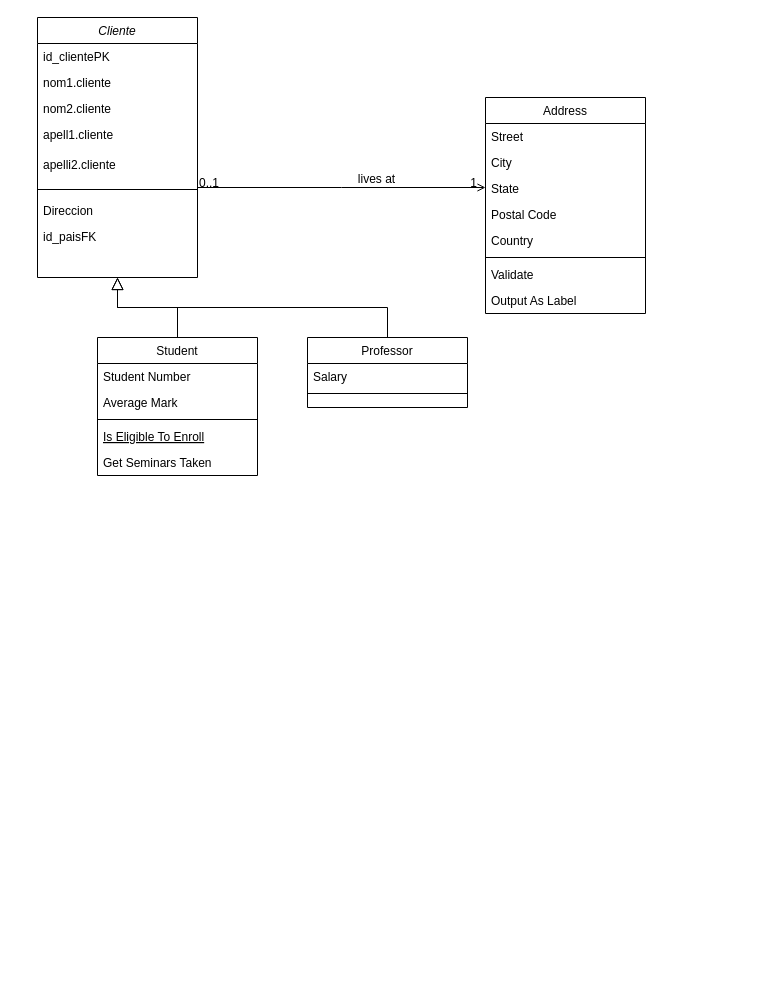
Before: Base De Datos.drawio in JuanPPortafolio/BaseDeDatos, a draw.io diagram. Source tidied: cells renumbered, new cells numbered last; positions are measured from the earlier drawing's top-left corner, leaving out a move shared by most shapes. Both pictures are drawn from the tidied source at 100%, with x=0, y=0 at pixel (37, 17).
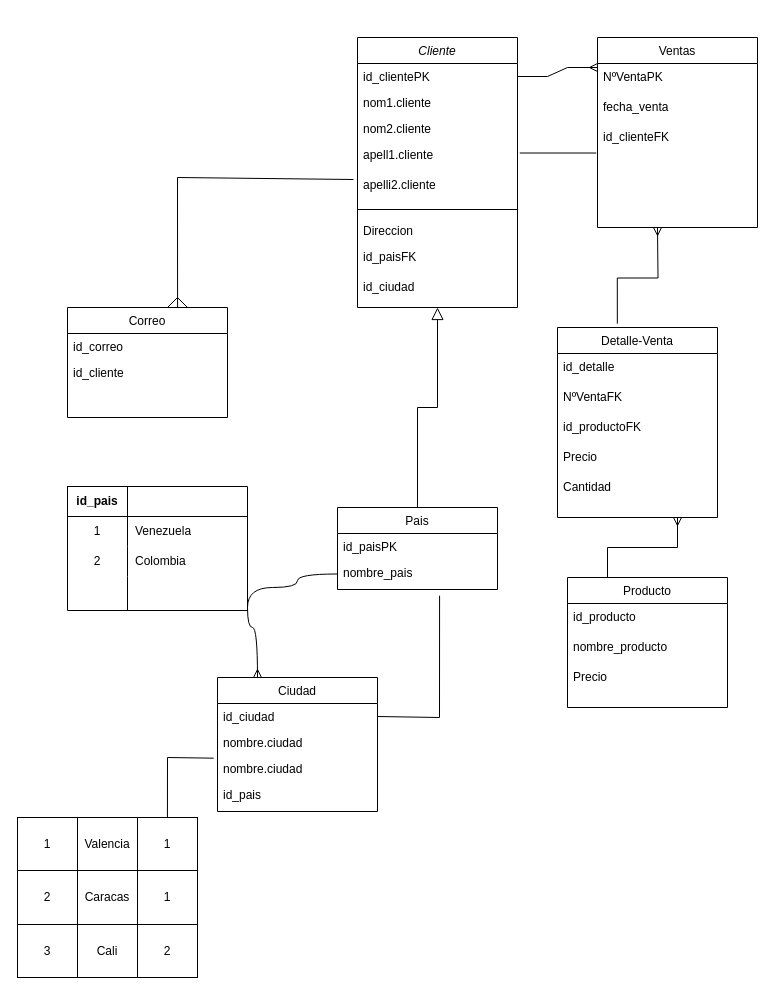
The same diagram, later.

The change refers to these unchanged cells:
```xml
<mxCell id="3" value="id_clientePK" style="text;align=left;verticalAlign=top;spacingLeft=4;spacingRight=4;overflow=hidden;points=[[0,0.5],[1,0.5]];portConstraint=eastwest;" parent="2" vertex="1">
  <mxGeometry y="26" width="160" height="26" as="geometry" />
</mxCell>
<mxCell id="6" value="apell1.cliente" style="text;html=1;align=left;verticalAlign=top;points=[];strokeColor=none;fillColor=none;spacingLeft=4;spacingRight=4;" parent="2" vertex="1">
  <mxGeometry y="104" width="160" height="30" as="geometry" />
</mxCell>
<mxCell id="7" value="apelli2.cliente" style="text;html=1;align=left;verticalAlign=top;points=[];strokeColor=none;fillColor=none;spacingLeft=4;spacingRight=4;" parent="2" vertex="1">
  <mxGeometry y="134" width="160" height="30" as="geometry" />
</mxCell>
```

What changed in the source:
```diff
@@
     <mxCell id="2" value="Cliente" style="swimlane;fontStyle=2;align=center;verticalAlign=top;horizontal=1;startSize=26;rounded=0;shadow=0;strokeWidth=1;" parent="1" vertex="1">
-      <mxGeometry width="160" height="260" as="geometry" />
+      <mxGeometry x="320" y="20" width="160" height="270" as="geometry" />
     </mxCell>
@@
+    <mxCell id="35" value="id_ciudad" style="text;html=1;align=left;verticalAlign=top;strokeColor=none;fillColor=none;spacingLeft=4;spacingRight=4;" parent="2" vertex="1">
+      <mxGeometry y="236" width="160" height="30" as="geometry" />
+    </mxCell>
-    <mxCell id="11" value="Student" style="swimlane;fontStyle=0;align=center;verticalAlign=top;horizontal=1;startSize=26;rounded=0;shadow=0;strokeWidth=1;" parent="1" vertex="1">
-      <mxGeometry x="60" y="320" width="160" height="138" as="geometry" />
+    <mxCell id="11" value="Correo" style="swimlane;fontStyle=0;align=center;verticalAlign=top;horizontal=1;startSize=26;rounded=0;shadow=0;strokeWidth=1;" parent="1" vertex="1">
+      <mxGeometry x="30" y="290" width="160" height="110" as="geometry" />
     </mxCell>
-    <mxCell id="12" value="Student Number" style="text;align=left;verticalAlign=top;spacingLeft=4;spacingRight=4;overflow=hidden;" parent="11" vertex="1">
+    <mxCell id="12" value="id_correo" style="text;align=left;verticalAlign=top;spacingLeft=4;spacingRight=4;overflow=hidden;" parent="11" vertex="1">
       <mxGeometry y="26" width="160" height="26" as="geometry" />
     </mxCell>
-    <mxCell id="13" value="Average Mark" style="text;align=left;verticalAlign=top;spacingLeft=4;spacingRight=4;overflow=hidden;rounded=0;shadow=0;html=0;" parent="11" vertex="1">
+    <mxCell id="13" value="id_cliente" style="text;align=left;verticalAlign=top;spacingLeft=4;spacingRight=4;overflow=hidden;rounded=0;shadow=0;html=0;" parent="11" vertex="1">
       <mxGeometry y="52" width="160" height="26" as="geometry" />
     </mxCell>
-    <mxCell id="14" style="line;html=1;strokeWidth=1;align=left;verticalAlign=middle;spacingTop=-1;spacingLeft=3;spacingRight=3;labelPosition=right;" parent="11" vertex="1">
-      <mxGeometry y="78" width="160" height="8" as="geometry" />
-    </mxCell>
-    <mxCell id="15" value="Is Eligible To Enroll" style="text;align=left;verticalAlign=top;spacingLeft=4;spacingRight=4;overflow=hidden;fontStyle=4;" parent="11" vertex="1">
-      <mxGeometry y="86" width="160" height="26" as="geometry" />
-    </mxCell>
-    <mxCell id="16" value="Get Seminars Taken" style="text;align=left;verticalAlign=top;spacingLeft=4;spacingRight=4;overflow=hidden;" parent="11" vertex="1">
-      <mxGeometry y="112" width="160" height="26" as="geometry" />
-    </mxCell>
-    <mxCell id="17" style="endArrow=block;endSize=10;endFill=0;shadow=0;strokeWidth=1;rounded=0;edgeStyle=elbowEdgeStyle;elbow=vertical;" parent="1" edge="1" source="11" target="2">
-      <mxGeometry relative="1" as="geometry" />
-    </mxCell>
-    <mxCell id="18" value="Professor" style="swimlane;fontStyle=0;align=center;verticalAlign=top;horizontal=1;startSize=26;rounded=0;shadow=0;strokeWidth=1;" parent="1" vertex="1">
-      <mxGeometry x="270" y="320" width="160" height="70" as="geometry" />
+    <mxCell id="18" value="Pais" style="swimlane;fontStyle=0;align=center;verticalAlign=top;horizontal=1;startSize=26;rounded=0;shadow=0;strokeWidth=1;" parent="1" vertex="1">
+      <mxGeometry x="300" y="490" width="160" height="82" as="geometry" />
     </mxCell>
-    <mxCell id="19" value="Salary" style="text;align=left;verticalAlign=top;spacingLeft=4;spacingRight=4;overflow=hidden;" parent="18" vertex="1">
+    <mxCell id="19" value="id_paisPK" style="text;align=left;verticalAlign=top;spacingLeft=4;spacingRight=4;overflow=hidden;" parent="18" vertex="1">
       <mxGeometry y="26" width="160" height="26" as="geometry" />
     </mxCell>
-    <mxCell id="20" style="line;html=1;strokeWidth=1;align=left;verticalAlign=middle;spacingTop=-1;spacingLeft=3;spacingRight=3;labelPosition=right;" parent="18" vertex="1">
-      <mxGeometry y="52" width="160" height="8" as="geometry" />
-    </mxCell>
+    <mxCell id="36" value="nombre_pais" style="text;html=1;align=left;verticalAlign=top;points=[];strokeColor=none;fillColor=none;spacingLeft=4;spacingRight=4;" parent="18" vertex="1">
+      <mxGeometry y="52" width="160" height="30" as="geometry" />
+    </mxCell>
@@
-    <mxCell id="22" value="Address" style="swimlane;fontStyle=0;align=center;verticalAlign=top;horizontal=1;startSize=26;rounded=0;shadow=0;strokeWidth=1;" parent="1" vertex="1">
-      <mxGeometry x="448" y="80" width="160" height="216" as="geometry" />
+    <mxCell id="22" value="Ventas" style="swimlane;fontStyle=0;align=center;verticalAlign=top;horizontal=1;startSize=26;rounded=0;shadow=0;strokeWidth=1;" parent="1" vertex="1">
+      <mxGeometry x="560" y="20" width="160" height="190" as="geometry" />
     </mxCell>
-    <mxCell id="23" value="Street" style="text;align=left;verticalAlign=top;spacingLeft=4;spacingRight=4;overflow=hidden;" parent="22" vertex="1">
-      <mxGeometry y="26" width="160" height="26" as="geometry" />
-    </mxCell>
-    <mxCell id="24" value="City" style="text;align=left;verticalAlign=top;spacingLeft=4;spacingRight=4;overflow=hidden;rounded=0;shadow=0;html=0;" parent="22" vertex="1">
-      <mxGeometry y="52" width="160" height="26" as="geometry" />
-    </mxCell>
-    <mxCell id="25" value="State" style="text;align=left;verticalAlign=top;spacingLeft=4;spacingRight=4;overflow=hidden;rounded=0;shadow=0;html=0;" parent="22" vertex="1">
-      <mxGeometry y="78" width="160" height="26" as="geometry" />
-    </mxCell>
-    <mxCell id="26" value="Postal Code" style="text;align=left;verticalAlign=top;spacingLeft=4;spacingRight=4;overflow=hidden;rounded=0;shadow=0;html=0;" parent="22" vertex="1">
-      <mxGeometry y="104" width="160" height="26" as="geometry" />
-    </mxCell>
-    <mxCell id="27" value="Country" style="text;align=left;verticalAlign=top;spacingLeft=4;spacingRight=4;overflow=hidden;rounded=0;shadow=0;html=0;" parent="22" vertex="1">
-      <mxGeometry y="130" width="160" height="26" as="geometry" />
-    </mxCell>
-    <mxCell id="28" style="line;html=1;strokeWidth=1;align=left;verticalAlign=middle;spacingTop=-1;spacingLeft=3;spacingRight=3;labelPosition=right;" parent="22" vertex="1">
-      <mxGeometry y="156" width="160" height="8" as="geometry" />
-    </mxCell>
-    <mxCell id="29" value="Validate" style="text;align=left;verticalAlign=top;spacingLeft=4;spacingRight=4;overflow=hidden;" parent="22" vertex="1">
-      <mxGeometry y="164" width="160" height="26" as="geometry" />
-    </mxCell>
-    <mxCell id="30" value="Output As Label" style="text;align=left;verticalAlign=top;spacingLeft=4;spacingRight=4;overflow=hidden;" parent="22" vertex="1">
-      <mxGeometry y="190" width="160" height="26" as="geometry" />
-    </mxCell>
-    <mxCell id="31" style="endArrow=open;shadow=0;strokeWidth=1;rounded=0;endFill=1;edgeStyle=elbowEdgeStyle;elbow=vertical;" parent="1" edge="1" source="2" target="22">
-      <mxGeometry x="0.5" y="41" relative="1" as="geometry">
-        <mxPoint x="-40" y="32" as="offset" />
-      </mxGeometry>
-    </mxCell>
-    <mxCell id="32" value="0..1" style="align=left;verticalAlign=bottom;labelBackgroundColor=none;fontSize=12;" parent="31" vertex="1">
-      <mxGeometry x="-1" relative="1" as="geometry">
-        <mxPoint y="4" as="offset" />
-      </mxGeometry>
-    </mxCell>
-    <mxCell id="33" value="1" style="align=right;verticalAlign=bottom;labelBackgroundColor=none;fontSize=12;" parent="31" vertex="1">
-      <mxGeometry x="1" relative="1" as="geometry">
-        <mxPoint x="-7" y="4" as="offset" />
-      </mxGeometry>
-    </mxCell>
-    <mxCell id="34" value="lives at" style="text;html=1;align=center;verticalAlign=middle;labelBackgroundColor=none;rounded=0;shadow=0;strokeWidth=1;fontSize=12;" parent="31" vertex="1">
-      <mxGeometry x="0.5" y="49" relative="1" as="geometry">
-        <mxPoint x="-38" y="40" as="offset" />
-      </mxGeometry>
-    </mxCell>
+    <mxCell id="37" value="NºVentaPK" style="text;html=1;align=left;verticalAlign=top;strokeColor=none;fillColor=none;spacingLeft=4;spacingRight=4;" parent="22" vertex="1">
+      <mxGeometry y="26" width="160" height="30" as="geometry" />
+    </mxCell>
+    <mxCell id="38" value="fecha_venta" style="text;html=1;align=left;verticalAlign=top;strokeColor=none;fillColor=none;spacingLeft=4;spacingRight=4;" parent="22" vertex="1">
+      <mxGeometry y="56" width="160" height="30" as="geometry" />
+    </mxCell>
+    <mxCell id="39" value="id_clienteFK" style="text;html=1;align=left;verticalAlign=top;points=[];strokeColor=none;fillColor=none;spacingLeft=4;spacingRight=4;" parent="22" vertex="1">
+      <mxGeometry y="86" width="160" height="30" as="geometry" />
+    </mxCell>
+    <mxCell id="40" style="endArrow=none;html=1;rounded=0;exitX=0.688;exitY=0;exitDx=0;exitDy=0;exitPerimeter=0;" parent="1" edge="1" source="11">
+      <mxGeometry relative="1" as="geometry">
+        <mxPoint x="140" y="160" as="targetPoint" />
+      </mxGeometry>
+    </mxCell>
+    <mxCell id="41" style="endArrow=none;html=1;rounded=0;entryX=-0.025;entryY=0.267;entryDx=0;entryDy=0;entryPerimeter=0;" parent="1" edge="1" target="7">
+      <mxGeometry relative="1" as="geometry">
+        <mxPoint x="140" y="160" as="sourcePoint" />
+      </mxGeometry>
+    </mxCell>
+    <mxCell id="42" style="endArrow=none;html=1;rounded=0;" parent="1" edge="1">
+      <mxGeometry relative="1" as="geometry">
+        <mxPoint x="130" y="290" as="sourcePoint" />
+        <mxPoint x="140" y="280" as="targetPoint" />
+      </mxGeometry>
+    </mxCell>
+    <mxCell id="43" style="endArrow=none;html=1;rounded=0;exitX=0.75;exitY=0;exitDx=0;exitDy=0;" parent="1" edge="1" source="11">
+      <mxGeometry relative="1" as="geometry">
+        <mxPoint x="140" y="280" as="targetPoint" />
+      </mxGeometry>
+    </mxCell>
+    <mxCell id="44" style="shape=table;startSize=0;childLayout=tableLayout;rowLines=0;fontStyle=1;align=center;html=1;" parent="1" vertex="1">
+      <mxGeometry x="30" y="469" width="180" height="124" as="geometry" />
+    </mxCell>
+    <mxCell id="45" style="shape=tableRow;horizontal=0;startSize=0;swimlaneHead=0;swimlaneBody=0;fillColor=none;top=0;left=0;right=0;bottom=1;" parent="44" vertex="1">
+      <mxGeometry width="180" height="30" as="geometry" />
+    </mxCell>
+    <mxCell id="46" value="id_pais" style="shape=partialRectangle;fillColor=none;top=0;left=0;bottom=0;right=0;fontStyle=1;overflow=hidden;whiteSpace=wrap;html=1;" parent="45" vertex="1">
+      <mxGeometry width="60" height="30" as="geometry" />
+    </mxCell>
+    <mxCell id="47" style="shape=partialRectangle;fillColor=none;top=0;left=0;bottom=0;right=0;align=left;spacingLeft=6;fontStyle=5;overflow=hidden;whiteSpace=wrap;html=1;" parent="45" vertex="1">
+      <mxGeometry x="60" width="120" height="30" as="geometry" />
+    </mxCell>
+    <mxCell id="48" style="shape=tableRow;horizontal=0;startSize=0;swimlaneHead=0;swimlaneBody=0;fillColor=none;top=0;left=0;right=0;bottom=0;" parent="44" vertex="1">
+      <mxGeometry y="30" width="180" height="30" as="geometry" />
+    </mxCell>
+    <mxCell id="49" value="1" style="shape=partialRectangle;fillColor=none;top=0;left=0;bottom=0;right=0;overflow=hidden;whiteSpace=wrap;html=1;" parent="48" vertex="1">
+      <mxGeometry width="60" height="30" as="geometry" />
+    </mxCell>
+    <mxCell id="50" value="Venezuela" style="shape=partialRectangle;fillColor=none;top=0;left=0;bottom=0;right=0;align=left;spacingLeft=6;overflow=hidden;whiteSpace=wrap;html=1;" parent="48" vertex="1">
+      <mxGeometry x="60" width="120" height="30" as="geometry" />
+    </mxCell>
+    <mxCell id="51" style="shape=tableRow;horizontal=0;startSize=0;swimlaneHead=0;swimlaneBody=0;fillColor=none;top=0;left=0;right=0;bottom=0;" parent="44" vertex="1">
+      <mxGeometry y="60" width="180" height="30" as="geometry" />
+    </mxCell>
+    <mxCell id="52" value="2" style="shape=partialRectangle;fillColor=none;top=0;left=0;bottom=0;right=0;overflow=hidden;whiteSpace=wrap;html=1;" parent="51" vertex="1">
+      <mxGeometry width="60" height="30" as="geometry" />
+    </mxCell>
+    <mxCell id="53" value="Colombia" style="shape=partialRectangle;fillColor=none;top=0;left=0;bottom=0;right=0;align=left;spacingLeft=6;overflow=hidden;whiteSpace=wrap;html=1;" parent="51" vertex="1">
+      <mxGeometry x="60" width="120" height="30" as="geometry" />
+    </mxCell>
+    <mxCell id="54" style="shape=tableRow;horizontal=0;startSize=0;swimlaneHead=0;swimlaneBody=0;fillColor=none;top=0;left=0;right=0;bottom=0;" parent="44" vertex="1">
+      <mxGeometry y="90" width="180" height="34" as="geometry" />
+    </mxCell>
+    <mxCell id="55" style="shape=partialRectangle;fillColor=none;top=0;left=0;bottom=0;right=0;overflow=hidden;whiteSpace=wrap;html=1;" parent="54" vertex="1">
+      <mxGeometry width="60" height="34" as="geometry" />
+    </mxCell>
+    <mxCell id="56" style="shape=partialRectangle;fillColor=none;top=0;left=0;bottom=0;right=0;align=left;spacingLeft=6;overflow=hidden;whiteSpace=wrap;html=1;" parent="54" vertex="1">
+      <mxGeometry x="60" width="120" height="34" as="geometry" />
+    </mxCell>
+    <mxCell id="57" value="Ciudad" style="swimlane;fontStyle=0;align=center;verticalAlign=top;horizontal=1;startSize=26;rounded=0;shadow=0;strokeWidth=1;" parent="1" vertex="1">
+      <mxGeometry x="180" y="660" width="160" height="134" as="geometry" />
+    </mxCell>
+    <mxCell id="58" value="id_ciudad" style="text;align=left;verticalAlign=top;spacingLeft=4;spacingRight=4;overflow=hidden;points=[[0,0.5],[1,0.5]];portConstraint=eastwest;" parent="57" vertex="1">
+      <mxGeometry y="26" width="160" height="26" as="geometry" />
+    </mxCell>
+    <mxCell id="59" value="nombre.ciudad" style="text;align=left;verticalAlign=top;spacingLeft=4;spacingRight=4;overflow=hidden;rounded=0;shadow=0;html=0;" parent="57" vertex="1">
+      <mxGeometry y="52" width="160" height="26" as="geometry" />
+    </mxCell>
+    <mxCell id="60" value="nombre.ciudad" style="text;align=left;verticalAlign=top;spacingLeft=4;spacingRight=4;overflow=hidden;points=[[0,0.5],[1,0.5]];portConstraint=eastwest;rounded=0;shadow=0;html=0;" parent="57" vertex="1">
+      <mxGeometry y="78" width="160" height="26" as="geometry" />
+    </mxCell>
+    <mxCell id="61" value="id_pais" style="text;html=1;align=left;verticalAlign=top;strokeColor=none;fillColor=none;spacingLeft=4;spacingRight=4;" parent="57" vertex="1">
+      <mxGeometry y="104" width="160" height="30" as="geometry" />
+    </mxCell>
+    <mxCell id="62" style="endArrow=none;html=1;rounded=0;exitX=1;exitY=0.5;exitDx=0;exitDy=0;entryX=0.638;entryY=1.206;entryDx=0;entryDy=0;entryPerimeter=0;" parent="1" edge="1" source="58" target="36">
+      <mxGeometry relative="1" as="geometry">
+        <Array as="points">
+          <mxPoint x="402" y="700" />
+        </Array>
+      </mxGeometry>
+    </mxCell>
+    <mxCell id="63" style="edgeStyle=orthogonalEdgeStyle;fontSize=12;html=1;endArrow=ERmany;rounded=0;spacingTop=21;spacingLeft=10;exitX=-0.003;exitY=0.483;exitDx=0;exitDy=0;curved=1;exitPerimeter=0;strokeWidth=1;startSize=10;endFill=0;entryX=0.25;entryY=0;entryDx=0;entryDy=0;" parent="1" edge="1" source="36" target="57">
+      <mxGeometry relative="1" as="geometry">
+        <Array as="points">
+          <mxPoint x="260" y="557" />
+          <mxPoint x="260" y="570" />
+          <mxPoint x="210" y="570" />
+          <mxPoint x="210" y="610" />
+          <mxPoint x="220" y="610" />
+        </Array>
+      </mxGeometry>
+    </mxCell>
+    <mxCell id="64" style="childLayout=tableLayout;shadow=0;fillColor=none;" parent="1" vertex="1">
+      <mxGeometry x="-20" y="800" width="180" height="160" as="geometry" />
+    </mxCell>
+    <mxCell id="65" style="shape=tableRow;horizontal=0;startSize=0;swimlaneHead=0;swimlaneBody=0;top=0;left=0;bottom=0;right=0;fontStyle=0;fillColor=none;strokeColor=inherit;" parent="64" vertex="1">
+      <mxGeometry width="180" height="53" as="geometry" />
+    </mxCell>
+    <mxCell id="66" value="1" style="strokeColor=inherit;fillColor=none;align=center;whiteSpace=wrap;html=1;" parent="65" vertex="1">
+      <mxGeometry width="60" height="53" as="geometry" />
+    </mxCell>
+    <mxCell id="67" value="Valencia" style="strokeColor=inherit;fillColor=none;align=center;whiteSpace=wrap;html=1;" parent="65" vertex="1">
+      <mxGeometry x="60" width="60" height="53" as="geometry" />
+    </mxCell>
+    <mxCell id="68" value="1" style="strokeColor=inherit;fillColor=none;align=center;whiteSpace=wrap;html=1;" parent="65" vertex="1">
+      <mxGeometry x="120" width="60" height="53" as="geometry" />
+    </mxCell>
+    <mxCell id="69" style="shape=tableRow;horizontal=0;startSize=0;swimlaneHead=0;swimlaneBody=0;top=0;left=0;bottom=0;right=0;fontStyle=0;fillColor=none;strokeColor=inherit;" parent="64" vertex="1">
+      <mxGeometry y="53" width="180" height="54" as="geometry" />
+    </mxCell>
+    <mxCell id="70" value="2" style="strokeColor=inherit;fillColor=none;align=center;whiteSpace=wrap;html=1;" parent="69" vertex="1">
+      <mxGeometry width="60" height="54" as="geometry" />
+    </mxCell>
+    <mxCell id="71" value="Caracas" style="strokeColor=inherit;fillColor=none;align=center;whiteSpace=wrap;html=1;" parent="69" vertex="1">
+      <mxGeometry x="60" width="60" height="54" as="geometry" />
+    </mxCell>
+    <mxCell id="72" value="1" style="strokeColor=inherit;fillColor=none;align=center;whiteSpace=wrap;html=1;" parent="69" vertex="1">
+      <mxGeometry x="120" width="60" height="54" as="geometry" />
+    </mxCell>
+    <mxCell id="73" style="shape=tableRow;horizontal=0;startSize=0;swimlaneHead=0;swimlaneBody=0;top=0;left=0;bottom=0;right=0;fontStyle=0;fillColor=none;strokeColor=inherit;" parent="64" vertex="1">
+      <mxGeometry y="107" width="180" height="53" as="geometry" />
+    </mxCell>
+    <mxCell id="74" value="3" style="strokeColor=inherit;fillColor=none;align=center;whiteSpace=wrap;html=1;" parent="73" vertex="1">
+      <mxGeometry width="60" height="53" as="geometry" />
+    </mxCell>
+    <mxCell id="75" value="Cali" style="strokeColor=inherit;fillColor=none;align=center;whiteSpace=wrap;html=1;" parent="73" vertex="1">
+      <mxGeometry x="60" width="60" height="53" as="geometry" />
+    </mxCell>
+    <mxCell id="76" value="2" style="strokeColor=inherit;fillColor=none;align=center;whiteSpace=wrap;html=1;" parent="73" vertex="1">
+      <mxGeometry x="120" width="60" height="53" as="geometry" />
+    </mxCell>
+    <mxCell id="77" style="endArrow=none;html=1;rounded=0;exitX=0.833;exitY=0;exitDx=0;exitDy=0;exitPerimeter=0;entryX=-0.024;entryY=0.103;entryDx=0;entryDy=0;entryPerimeter=0;" parent="1" edge="1" source="65" target="60">
+      <mxGeometry relative="1" as="geometry">
+        <Array as="points">
+          <mxPoint x="130" y="740" />
+        </Array>
+      </mxGeometry>
+    </mxCell>
+    <mxCell id="78" style="endArrow=none;html=1;rounded=0;exitX=1.014;exitY=0.384;exitDx=0;exitDy=0;exitPerimeter=0;entryX=-0.008;entryY=0.984;entryDx=0;entryDy=0;entryPerimeter=0;" parent="1" edge="1" source="6" target="39">
+      <mxGeometry relative="1" as="geometry" />
+    </mxCell>
+    <mxCell id="79" style="edgeStyle=entityRelationEdgeStyle;fontSize=12;html=1;endArrow=ERmany;rounded=0;exitX=1;exitY=0.5;exitDx=0;exitDy=0;" parent="1" edge="1" source="3">
+      <mxGeometry relative="1" as="geometry">
+        <mxPoint x="560" y="50" as="targetPoint" />
+      </mxGeometry>
+    </mxCell>
+    <mxCell id="80" value="Detalle-Venta" style="swimlane;fontStyle=0;align=center;verticalAlign=top;horizontal=1;startSize=26;rounded=0;shadow=0;strokeWidth=1;" parent="1" vertex="1">
+      <mxGeometry x="520" y="310" width="160" height="190" as="geometry" />
+    </mxCell>
+    <mxCell id="81" value="id_detalle" style="text;html=1;align=left;verticalAlign=top;strokeColor=none;fillColor=none;spacingLeft=4;spacingRight=4;" parent="80" vertex="1">
+      <mxGeometry y="26" width="160" height="30" as="geometry" />
+    </mxCell>
+    <mxCell id="82" value="NºVentaFK" style="text;html=1;align=left;verticalAlign=top;strokeColor=none;fillColor=none;spacingLeft=4;spacingRight=4;" parent="80" vertex="1">
+      <mxGeometry y="56" width="160" height="30" as="geometry" />
+    </mxCell>
+    <mxCell id="83" value="id_productoFK" style="text;html=1;align=left;verticalAlign=top;strokeColor=none;fillColor=none;spacingLeft=4;spacingRight=4;" parent="80" vertex="1">
+      <mxGeometry y="86" width="160" height="30" as="geometry" />
+    </mxCell>
+    <mxCell id="84" value="Precio" style="text;html=1;align=left;verticalAlign=top;strokeColor=none;fillColor=none;spacingLeft=4;spacingRight=4;" parent="80" vertex="1">
+      <mxGeometry y="116" width="160" height="30" as="geometry" />
+    </mxCell>
+    <mxCell id="85" value="Cantidad" style="text;html=1;align=left;verticalAlign=top;strokeColor=none;fillColor=none;spacingLeft=4;spacingRight=4;" parent="80" vertex="1">
+      <mxGeometry y="146" width="160" height="30" as="geometry" />
+    </mxCell>
+    <mxCell id="86" style="edgeStyle=orthogonalEdgeStyle;fontSize=12;html=1;endArrow=ERmany;rounded=0;exitX=0.374;exitY=-0.02;exitDx=0;exitDy=0;exitPerimeter=0;" parent="1" edge="1" source="80">
+      <mxGeometry relative="1" as="geometry">
+        <mxPoint x="620" y="210" as="targetPoint" />
+      </mxGeometry>
+    </mxCell>
+    <mxCell id="87" value="Producto" style="swimlane;fontStyle=0;align=center;verticalAlign=top;horizontal=1;startSize=26;rounded=0;shadow=0;strokeWidth=1;" parent="1" vertex="1">
+      <mxGeometry x="530" y="560" width="160" height="130" as="geometry" />
+    </mxCell>
+    <mxCell id="88" value="id_producto" style="text;html=1;align=left;verticalAlign=top;strokeColor=none;fillColor=none;spacingLeft=4;spacingRight=4;" parent="87" vertex="1">
+      <mxGeometry y="26" width="160" height="30" as="geometry" />
+    </mxCell>
+    <mxCell id="89" value="nombre_producto" style="text;html=1;align=left;verticalAlign=top;strokeColor=none;fillColor=none;spacingLeft=4;spacingRight=4;" parent="87" vertex="1">
+      <mxGeometry y="56" width="160" height="30" as="geometry" />
+    </mxCell>
+    <mxCell id="90" value="Precio" style="text;html=1;align=left;verticalAlign=top;strokeColor=none;fillColor=none;spacingLeft=4;spacingRight=4;" parent="87" vertex="1">
+      <mxGeometry y="86" width="160" height="30" as="geometry" />
+    </mxCell>
+    <mxCell id="91" style="edgeStyle=orthogonalEdgeStyle;fontSize=12;html=1;endArrow=ERmany;rounded=0;exitX=0.25;exitY=0;exitDx=0;exitDy=0;entryX=0.75;entryY=1;entryDx=0;entryDy=0;" parent="1" edge="1" source="87" target="80">
+      <mxGeometry relative="1" as="geometry" />
+    </mxCell>
```
